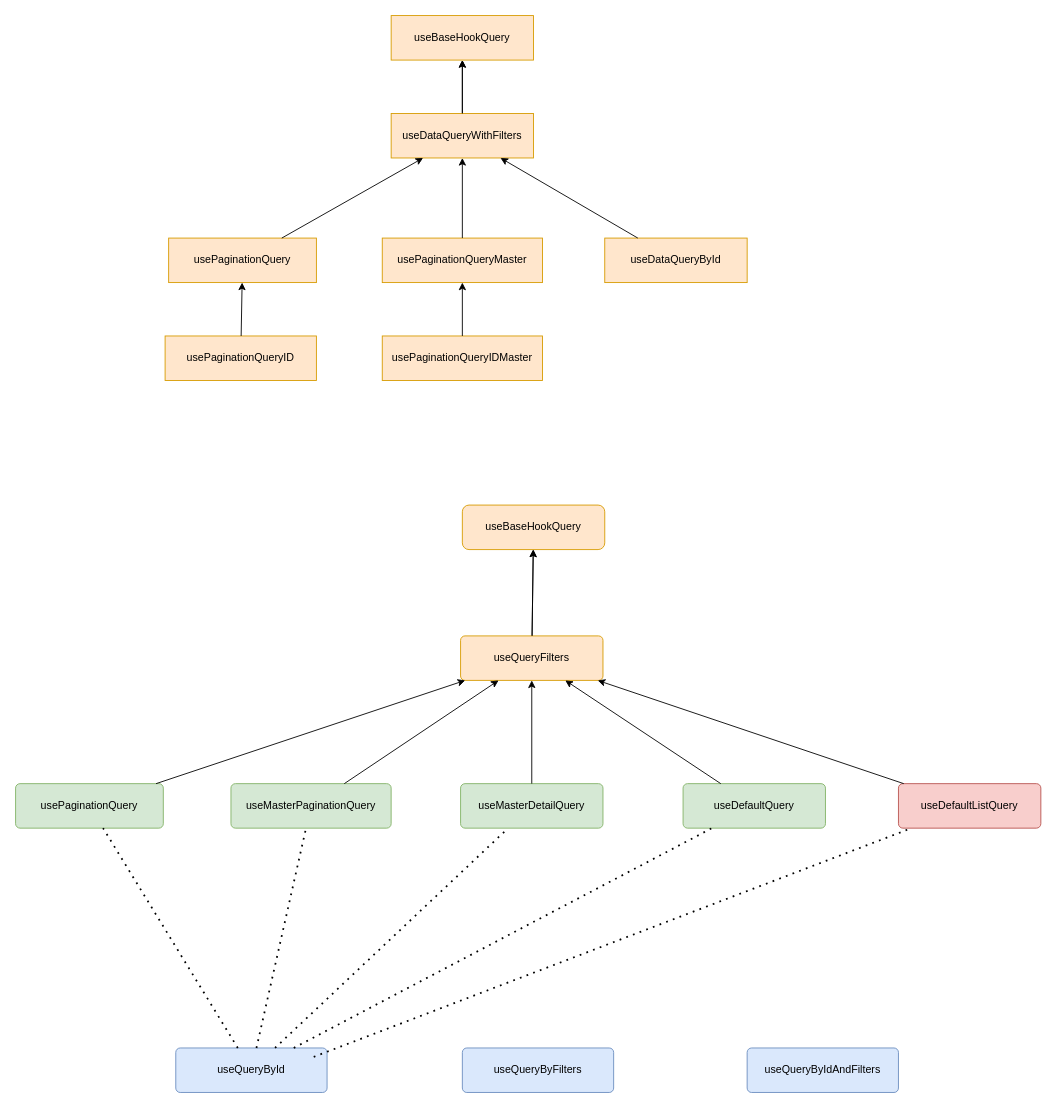
The draw.io diagram Diagrama sin título.drawio in gamboacarlos/preview-test, before the edit. Source tidied: cells renumbered, new cells numbered last; positions are measured from the earlier drawing's top-left corner, leaving out a move shared by most shapes. Both pictures are drawn from the tidied source at 89%, with x=0, y=0 at pixel (15, 15).
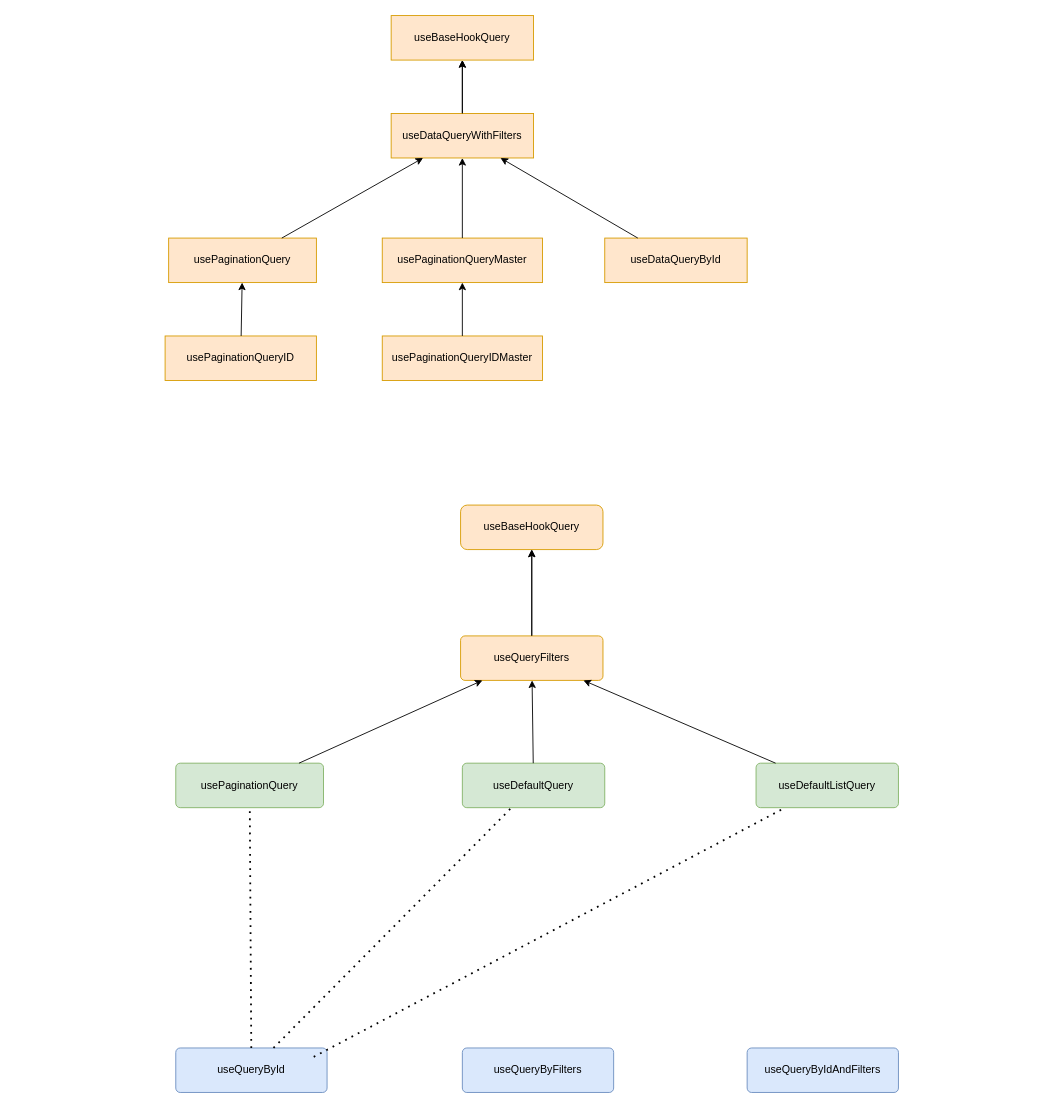
The same diagram, later.

Unchanged cells that the change refers to:
```xml
<mxCell id="18" value="useQueryFilters" style="rounded=1;whiteSpace=wrap;html=1;fontSize=12;glass=0;strokeWidth=1;shadow=0;arcSize=10;fillColor=#ffe6cc;strokeColor=#d79b00;" parent="1" vertex="1">
  <mxGeometry x="500" y="697" width="160" height="50" as="geometry" />
</mxCell>
<mxCell id="25" value="useQueryById" style="rounded=1;whiteSpace=wrap;html=1;fontSize=12;glass=0;strokeWidth=1;shadow=0;arcSize=10;fillColor=#dae8fc;strokeColor=#6c8ebf;" parent="1" vertex="1">
  <mxGeometry x="180" y="1160" width="170" height="50" as="geometry" />
</mxCell>
```

The edit, as a diff of the source:
```diff
@@
     <mxCell id="16" value="useBaseHookQuery" style="rounded=1;whiteSpace=wrap;html=1;fontSize=12;glass=0;strokeWidth=1;shadow=0;fillColor=#ffe6cc;strokeColor=#d79b00;" parent="1" vertex="1">
-      <mxGeometry x="502" y="550" width="160" height="50" as="geometry" />
+      <mxGeometry x="500" y="550" width="160" height="50" as="geometry" />
     </mxCell>
@@
     <mxCell id="20" value="usePaginationQuery" style="rounded=1;whiteSpace=wrap;html=1;fontSize=12;glass=0;strokeWidth=1;shadow=0;arcSize=10;fillColor=#d5e8d4;strokeColor=#82b366;" parent="1" vertex="1">
-      <mxGeometry y="863" width="166" height="50" as="geometry" />
+      <mxGeometry x="180" y="840" width="166" height="50" as="geometry" />
     </mxCell>
@@
-    <mxCell id="22" value="useMasterPaginationQuery" style="rounded=1;whiteSpace=wrap;html=1;fontSize=12;glass=0;strokeWidth=1;shadow=0;arcSize=10;fillColor=#d5e8d4;strokeColor=#82b366;" parent="1" vertex="1">
-      <mxGeometry x="242" y="863" width="180" height="50" as="geometry" />
-    </mxCell>
-    <mxCell id="23" value="useMasterDetailQuery" style="rounded=1;whiteSpace=wrap;html=1;fontSize=12;glass=0;strokeWidth=1;shadow=0;arcSize=10;fillColor=#d5e8d4;strokeColor=#82b366;" parent="1" vertex="1">
-      <mxGeometry x="500" y="863" width="160" height="50" as="geometry" />
-    </mxCell>
-    <mxCell id="24" style="endArrow=classic;html=1;rounded=0;" parent="1" edge="1" source="23" target="18">
-      <mxGeometry relative="1" as="geometry" />
-    </mxCell>
@@
-    <mxCell id="26" style="endArrow=classic;html=1;rounded=0;" parent="1" edge="1" source="22" target="18">
-      <mxGeometry relative="1" as="geometry" />
-    </mxCell>
     <mxCell id="27" value="useDefaultQuery" style="rounded=1;whiteSpace=wrap;html=1;fontSize=12;glass=0;strokeWidth=1;shadow=0;arcSize=10;fillColor=#d5e8d4;strokeColor=#82b366;" parent="1" vertex="1">
-      <mxGeometry x="750" y="863" width="160" height="50" as="geometry" />
+      <mxGeometry x="502" y="840" width="160" height="50" as="geometry" />
     </mxCell>
@@
-    <mxCell id="33" style="endArrow=none;dashed=1;html=1;dashPattern=1 3;strokeWidth=2;rounded=0;" parent="1" edge="1" source="25" target="23">
-      <mxGeometry relative="1" as="geometry" />
-    </mxCell>
-    <mxCell id="34" style="endArrow=none;dashed=1;html=1;dashPattern=1 3;strokeWidth=2;rounded=0;" parent="1" edge="1" source="25" target="22">
-      <mxGeometry relative="1" as="geometry" />
-    </mxCell>
-    <mxCell id="35" value="useDefaultListQuery" style="rounded=1;whiteSpace=wrap;html=1;fontSize=12;glass=0;strokeWidth=1;shadow=0;arcSize=10;fillColor=#f8cecc;strokeColor=#b85450;" parent="1" vertex="1">
-      <mxGeometry x="992" y="863" width="160" height="50" as="geometry" />
+    <mxCell id="35" value="useDefaultListQuery" style="rounded=1;whiteSpace=wrap;html=1;fontSize=12;glass=0;strokeWidth=1;shadow=0;arcSize=10;fillColor=#d5e8d4;strokeColor=#82b366;" parent="1" vertex="1">
+      <mxGeometry x="832" y="840" width="160" height="50" as="geometry" />
     </mxCell>
```
